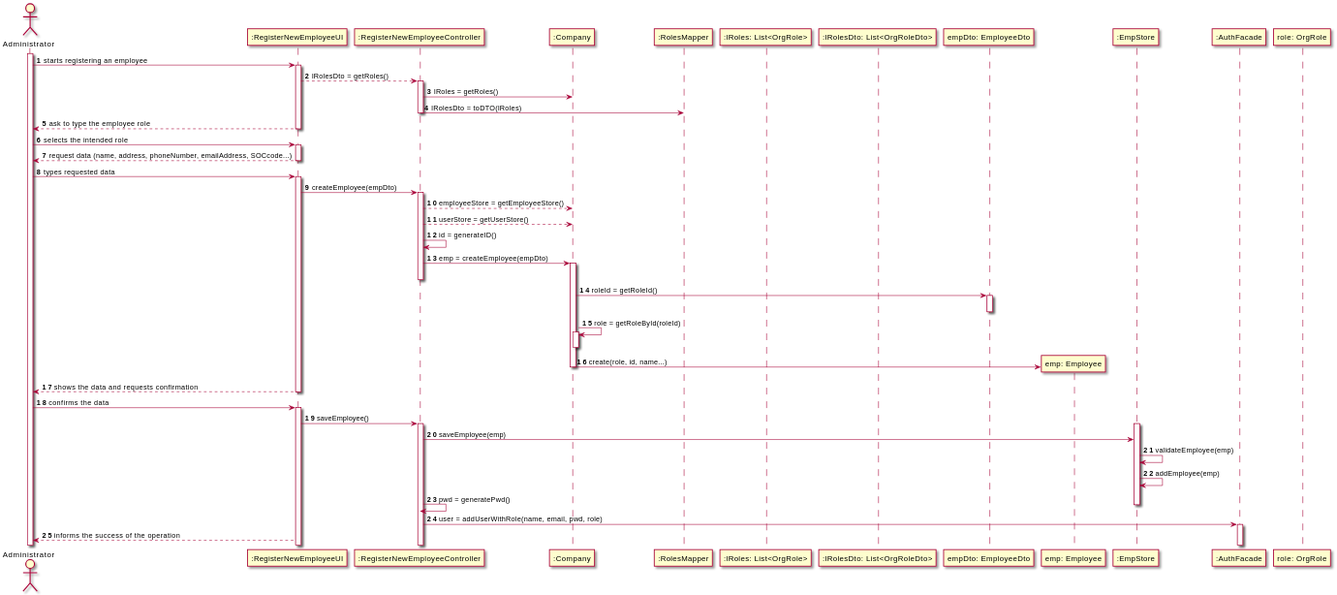
This is docs/SprintB/US07/US07-SD.svg from 0franciscor/lei-21-s2-1de-g19, a PlantUML export, as it was before one commit.
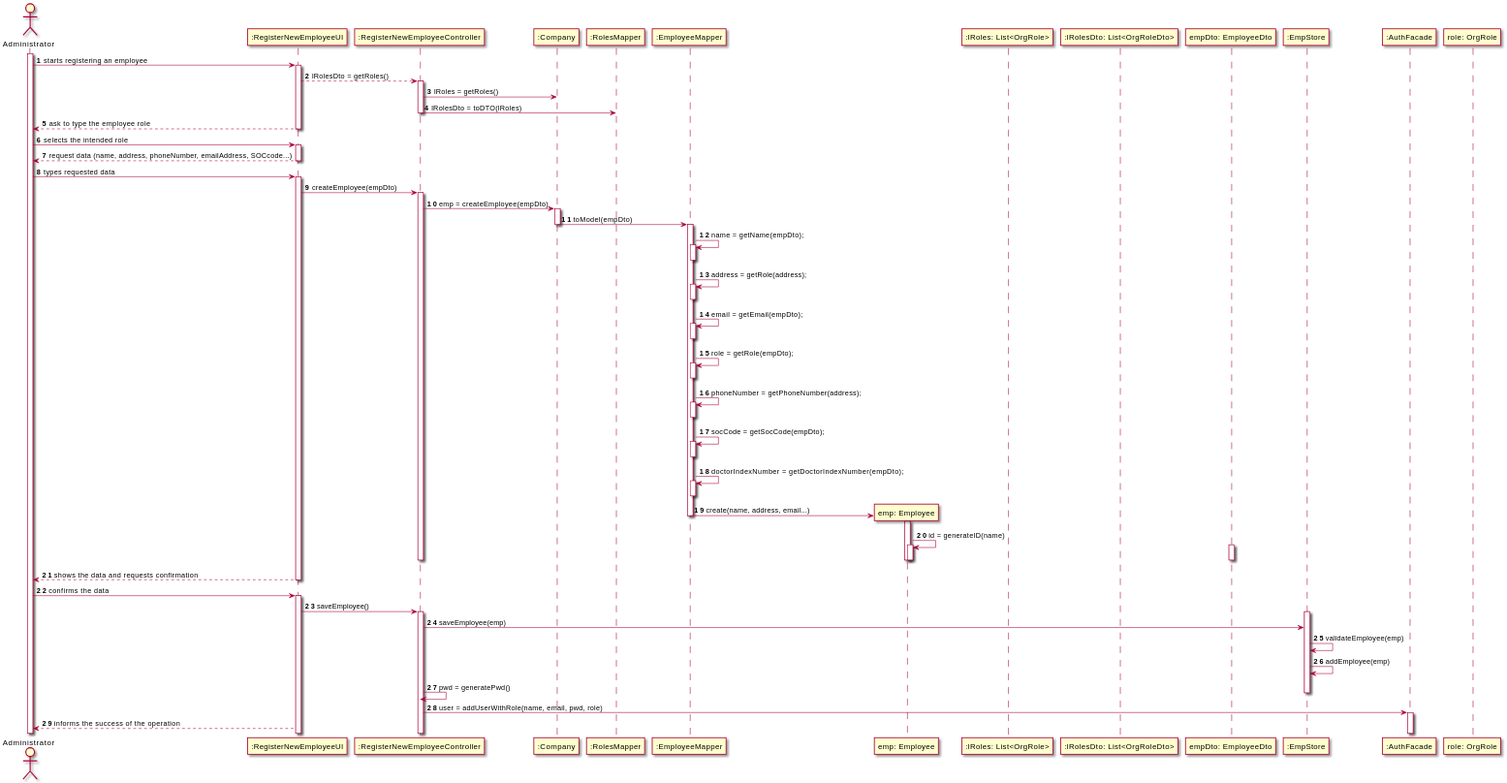
The same file after the commit.

Change to the diagram source:
```diff
@@ -21,24 +21,53 @@
 activate ":RegisterNewEmployeeUI"
 ":RegisterNewEmployeeUI" -> ":RegisterNewEmployeeController" : createEmployee(empDto)
 activate ":RegisterNewEmployeeController"
-":RegisterNewEmployeeController" --> ":Company" : employeeStore = getEmployeeStore()
-":RegisterNewEmployeeController" --> ":Company" : userStore = getUserStore()
-":RegisterNewEmployeeController" -> ":RegisterNewEmployeeController" : id = generateID()
+
+
 ":RegisterNewEmployeeController" -> ":Company" : emp = createEmployee(empDto)
 activate ":Company"
+":Company" -> ":EmployeeMapper" : toModel(empDto)
+deactivate ":Company"
+activate ":EmployeeMapper"
+":EmployeeMapper" -> ":EmployeeMapper" : name = getName(empDto);
+activate ":EmployeeMapper"
+deactivate ":EmployeeMapper"
+":EmployeeMapper" -> ":EmployeeMapper" : address = getRole(address);
+activate ":EmployeeMapper"
+deactivate ":EmployeeMapper"
+":EmployeeMapper" -> ":EmployeeMapper" : email = getEmail(empDto);
+activate ":EmployeeMapper"
+deactivate ":EmployeeMapper"
+":EmployeeMapper" -> ":EmployeeMapper" : role = getRole(empDto);
+activate ":EmployeeMapper"
+deactivate ":EmployeeMapper"
+":EmployeeMapper" -> ":EmployeeMapper" : phoneNumber = getPhoneNumber(address);
+activate ":EmployeeMapper"
+deactivate ":EmployeeMapper"
+":EmployeeMapper" -> ":EmployeeMapper" : socCode = getSocCode(empDto);
+activate ":EmployeeMapper"
+deactivate ":EmployeeMapper"
+":EmployeeMapper" -> ":EmployeeMapper" : doctorIndexNumber = getDoctorIndexNumber(empDto);
+activate ":EmployeeMapper"
+deactivate ":EmployeeMapper"
+create "emp: Employee"
+":EmployeeMapper" -> "emp: Employee" : create(name, address, email...)
+deactivate ":EmployeeMapper"
+activate "emp: Employee"
+"emp: Employee" -> "emp: Employee" : id = generateID(name)
+activate "emp: Employee"
+deactivate "emp: Employee"
+deactivate "emp: Employee"
 deactivate ":RegisterNewEmployeeController"
 participant ":lRoles: List<OrgRole>"
 participant ":lRolesDto: List<OrgRoleDto>"
 
-":Company" -> "empDto: EmployeeDto" : roleId = getRoleId()
+
 activate "empDto: EmployeeDto"
 deactivate "empDto: EmployeeDto"
-":Company" -> ":Company" : role = getRoleById(roleId)
-activate ":Company"
-deactivate ":Company"
+
+
 deactivate "empDto: EmployeeDto"
-create "emp: Employee"
-":Company" -> "emp: Employee" : create(role, id, name...)
+
 deactivate ":Company"
 deactivate "role: OrgRole"
 ":RegisterNewEmployeeUI" --> A : shows the data and requests confirmation
```
